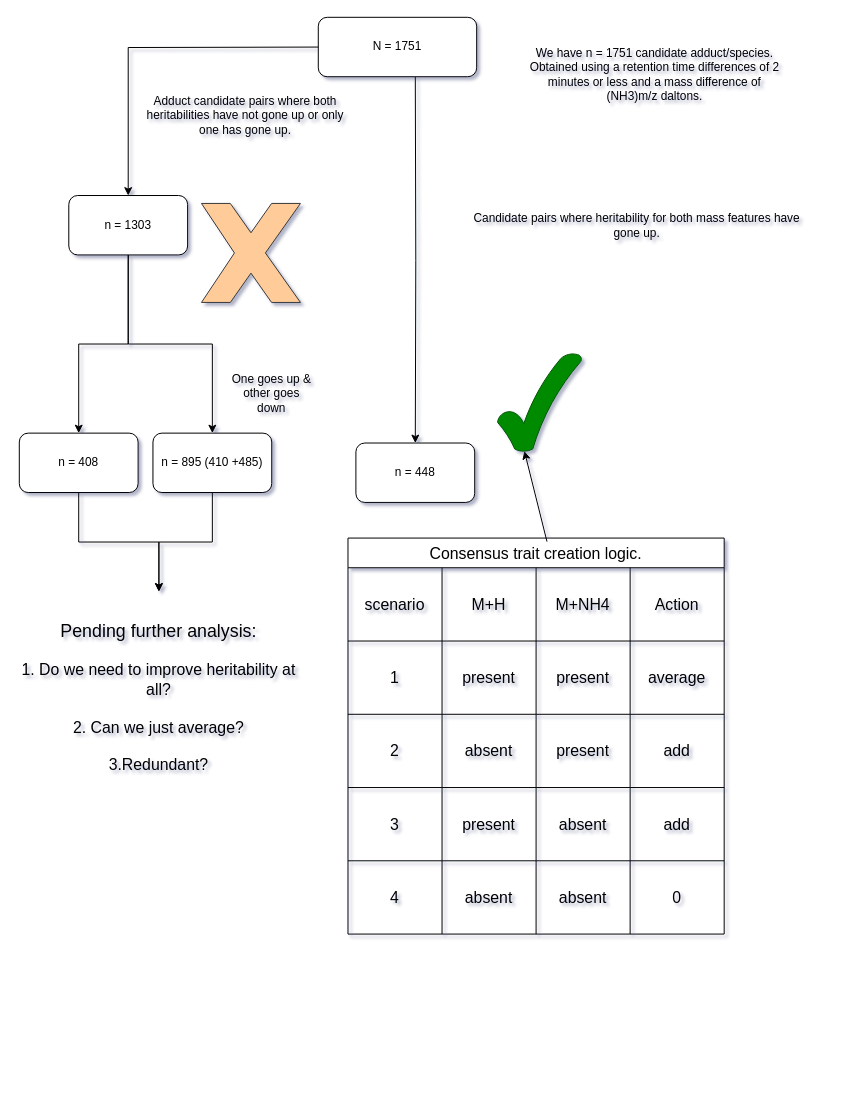
Above: page "Page-2" (2 of 2) of adduct_binning_decision_tree.drawio in RijanHasTwoEars7/draw_io_illustrations (draw.io), before the change. Source tidied: cells renumbered, new cells numbered last; positions are measured from the earlier drawing's top-left corner, leaving out a move shared by most shapes. Both pictures are drawn from the tidied source at 99%, with x=0, y=0 at pixel (17, 17).
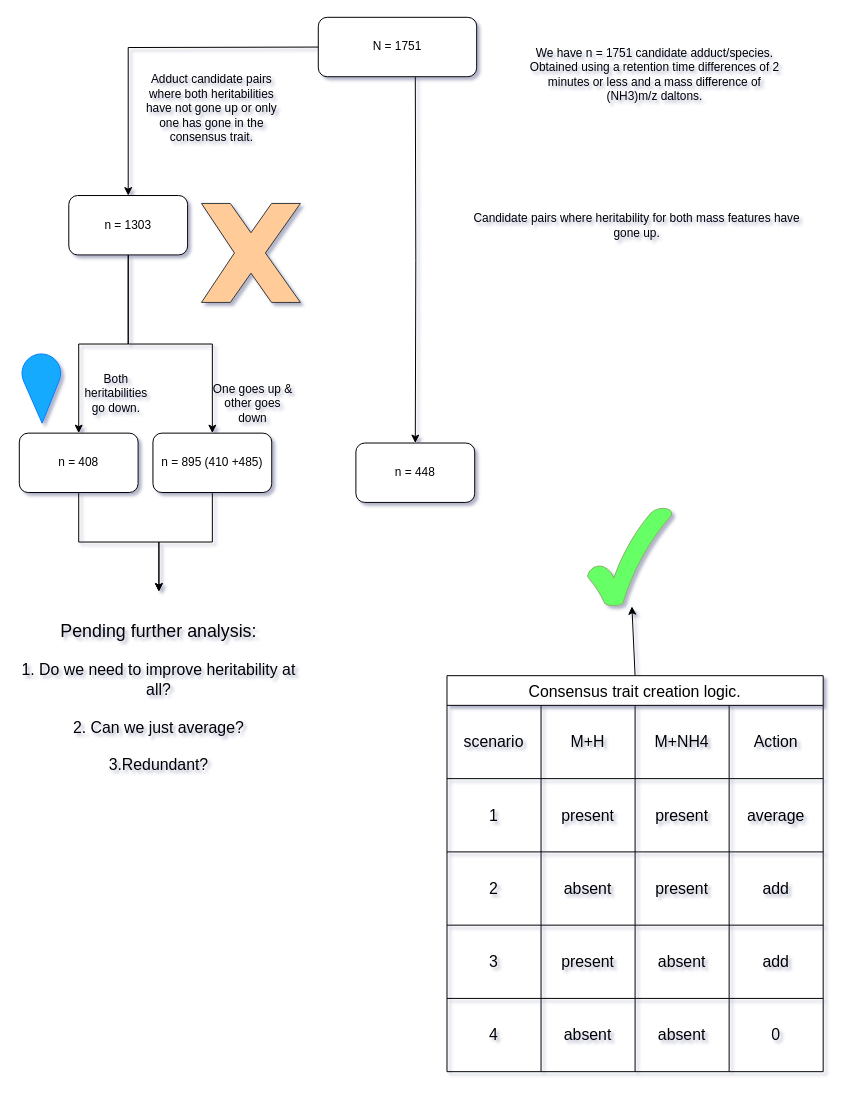
Above is the later version.

Commit message:
better words and figures

The change refers to these unchanged cells:
```xml
<mxCell id="25" style="shape=tableRow;horizontal=0;startSize=0;swimlaneHead=0;swimlaneBody=0;strokeColor=inherit;top=0;left=0;bottom=0;right=0;fillColor=none;fontSize=16;" parent="19" vertex="1">
  <mxGeometry y="104" width="380" height="74" as="geometry" />
</mxCell>
<mxCell id="30" style="shape=tableRow;horizontal=0;startSize=0;swimlaneHead=0;swimlaneBody=0;strokeColor=inherit;top=0;left=0;bottom=0;right=0;fillColor=none;fontSize=16;" parent="19" vertex="1">
  <mxGeometry y="178" width="380" height="74" as="geometry" />
</mxCell>
<mxCell id="35" style="shape=tableRow;horizontal=0;startSize=0;swimlaneHead=0;swimlaneBody=0;strokeColor=inherit;top=0;left=0;bottom=0;right=0;fillColor=none;fontSize=16;" parent="19" vertex="1">
  <mxGeometry y="252" width="380" height="74" as="geometry" />
</mxCell>
<mxCell id="40" style="shape=tableRow;horizontal=0;startSize=0;swimlaneHead=0;swimlaneBody=0;strokeColor=inherit;top=0;left=0;bottom=0;right=0;fillColor=none;fontSize=16;" parent="19" vertex="1">
  <mxGeometry y="326" width="380" height="74" as="geometry" />
</mxCell>
```

Change to the diagram source:
```diff
@@
-    <mxCell id="11" value="Adduct candidate pairs where both heritabilities have not gone up or only one has gone up." style="text;html=1;strokeColor=none;fillColor=none;align=center;verticalAlign=middle;whiteSpace=wrap;rounded=0;" parent="1" vertex="1">
-      <mxGeometry x="122" y="50" width="217" height="97" as="geometry" />
+    <mxCell id="11" value="&lt;div&gt;Adduct candidate pairs where both heritabilities have not gone up or only one has gone in the consensus trait.&lt;/div&gt;&lt;div&gt;&lt;br&gt;&lt;/div&gt;" style="text;html=1;strokeColor=none;fillColor=none;align=center;verticalAlign=middle;whiteSpace=wrap;rounded=0;" parent="1" vertex="1">
+      <mxGeometry x="122" y="50" width="149" height="97" as="geometry" />
     </mxCell>
@@
     <mxCell id="16" value="One goes up &amp;amp; other goes down" style="text;html=1;strokeColor=none;fillColor=none;align=center;verticalAlign=middle;whiteSpace=wrap;rounded=0;" parent="1" vertex="1">
-      <mxGeometry x="212" y="350" width="90" height="60" as="geometry" />
+      <mxGeometry x="193" y="360" width="90" height="60" as="geometry" />
     </mxCell>
@@
-    <mxCell id="18" style="verticalLabelPosition=bottom;verticalAlign=top;html=1;shape=mxgraph.basic.tick;fillColor=#008a00;strokeColor=#005700;fontColor=#ffffff;" parent="1" vertex="1">
-      <mxGeometry x="485" y="339" width="85" height="100" as="geometry" />
-    </mxCell>
+    <mxCell id="45" value="&lt;div&gt;&lt;font style=&quot;font-size: 18px;&quot;&gt;Pending further analysis:&lt;/font&gt;&lt;/div&gt;&lt;div&gt;&lt;font size=&quot;3&quot;&gt;&lt;br&gt;&lt;/font&gt;&lt;/div&gt;&lt;div&gt;&lt;font size=&quot;3&quot;&gt;1. Do we need to improve heritability at all?&lt;br&gt;&lt;/font&gt;&lt;/div&gt;&lt;div&gt;&lt;font size=&quot;3&quot;&gt;&lt;br&gt;&lt;/font&gt;&lt;/div&gt;&lt;div&gt;&lt;font size=&quot;3&quot;&gt;2. Can we just average?&lt;/font&gt;&lt;/div&gt;&lt;div&gt;&lt;font size=&quot;3&quot;&gt;&lt;br&gt;&lt;/font&gt;&lt;/div&gt;&lt;div&gt;&lt;font size=&quot;3&quot;&gt;3.Redundant?&lt;br&gt;&lt;/font&gt;&lt;/div&gt;" style="text;html=1;strokeColor=none;fillColor=none;align=center;verticalAlign=middle;whiteSpace=wrap;rounded=0;" parent="1" vertex="1">
+      <mxGeometry y="580" width="286" height="214" as="geometry" />
+    </mxCell>
     <mxCell id="19" value="Consensus trait creation logic." style="shape=table;startSize=30;childLayout=tableLayout;strokeColor=default;fontSize=16;" parent="1" vertex="1">
-      <mxGeometry x="334" y="526" width="380" height="400" as="geometry" />
+      <mxGeometry x="434" y="665" width="380" height="400" as="geometry" />
     </mxCell>
@@
-    <mxCell id="27" value="present" style="shape=partialRectangle;html=1;whiteSpace=wrap;strokeColor=inherit;overflow=hidden;fillColor=none;top=0;left=0;bottom=0;right=0;fontSize=16;" parent="25" vertex="1">
-      <mxGeometry x="95" width="95" height="74" as="geometry" />
-    </mxCell>
-    <mxCell id="28" value="present" style="shape=partialRectangle;html=1;whiteSpace=wrap;strokeColor=inherit;overflow=hidden;fillColor=none;top=0;left=0;bottom=0;right=0;fontSize=16;" parent="25" vertex="1">
-      <mxGeometry x="190" width="95" height="74" as="geometry" />
-    </mxCell>
+    <mxCell id="47" value="present" style="shape=partialRectangle;html=1;whiteSpace=wrap;strokeColor=inherit;overflow=hidden;fillColor=none;top=0;left=0;bottom=0;right=0;fontSize=16;" parent="25" vertex="1">
+      <mxGeometry x="95" width="95" height="74" as="geometry" />
+    </mxCell>
+    <mxCell id="48" value="present" style="shape=partialRectangle;html=1;whiteSpace=wrap;strokeColor=inherit;overflow=hidden;fillColor=none;top=0;left=0;bottom=0;right=0;fontSize=16;" parent="25" vertex="1">
+      <mxGeometry x="190" width="95" height="74" as="geometry" />
+    </mxCell>
@@
-    <mxCell id="32" value="absent" style="shape=partialRectangle;html=1;whiteSpace=wrap;strokeColor=inherit;overflow=hidden;fillColor=none;top=0;left=0;bottom=0;right=0;fontSize=16;" parent="30" vertex="1">
-      <mxGeometry x="95" width="95" height="74" as="geometry" />
-    </mxCell>
-    <mxCell id="33" value="present" style="shape=partialRectangle;html=1;whiteSpace=wrap;strokeColor=inherit;overflow=hidden;fillColor=none;top=0;left=0;bottom=0;right=0;fontSize=16;" parent="30" vertex="1">
-      <mxGeometry x="190" width="95" height="74" as="geometry" />
-    </mxCell>
-    <mxCell id="34" value="add" style="shape=partialRectangle;html=1;whiteSpace=wrap;strokeColor=inherit;overflow=hidden;fillColor=none;top=0;left=0;bottom=0;right=0;fontSize=16;" parent="30" vertex="1">
-      <mxGeometry x="285" width="95" height="74" as="geometry" />
-    </mxCell>
+    <mxCell id="49" value="absent" style="shape=partialRectangle;html=1;whiteSpace=wrap;strokeColor=inherit;overflow=hidden;fillColor=none;top=0;left=0;bottom=0;right=0;fontSize=16;" parent="30" vertex="1">
+      <mxGeometry x="95" width="95" height="74" as="geometry" />
+    </mxCell>
+    <mxCell id="50" value="present" style="shape=partialRectangle;html=1;whiteSpace=wrap;strokeColor=inherit;overflow=hidden;fillColor=none;top=0;left=0;bottom=0;right=0;fontSize=16;" parent="30" vertex="1">
+      <mxGeometry x="190" width="95" height="74" as="geometry" />
+    </mxCell>
+    <mxCell id="51" value="add" style="shape=partialRectangle;html=1;whiteSpace=wrap;strokeColor=inherit;overflow=hidden;fillColor=none;top=0;left=0;bottom=0;right=0;fontSize=16;" parent="30" vertex="1">
+      <mxGeometry x="285" width="95" height="74" as="geometry" />
+    </mxCell>
@@
-    <mxCell id="37" value="present" style="shape=partialRectangle;html=1;whiteSpace=wrap;strokeColor=inherit;overflow=hidden;fillColor=none;top=0;left=0;bottom=0;right=0;fontSize=16;" parent="35" vertex="1">
-      <mxGeometry x="95" width="95" height="74" as="geometry" />
-    </mxCell>
-    <mxCell id="38" value="absent" style="shape=partialRectangle;html=1;whiteSpace=wrap;strokeColor=inherit;overflow=hidden;fillColor=none;top=0;left=0;bottom=0;right=0;fontSize=16;" parent="35" vertex="1">
-      <mxGeometry x="190" width="95" height="74" as="geometry" />
-    </mxCell>
-    <mxCell id="39" value="add" style="shape=partialRectangle;html=1;whiteSpace=wrap;strokeColor=inherit;overflow=hidden;fillColor=none;top=0;left=0;bottom=0;right=0;fontSize=16;" parent="35" vertex="1">
-      <mxGeometry x="285" width="95" height="74" as="geometry" />
-    </mxCell>
+    <mxCell id="52" value="present" style="shape=partialRectangle;html=1;whiteSpace=wrap;strokeColor=inherit;overflow=hidden;fillColor=none;top=0;left=0;bottom=0;right=0;fontSize=16;" parent="35" vertex="1">
+      <mxGeometry x="95" width="95" height="74" as="geometry" />
+    </mxCell>
+    <mxCell id="53" value="absent" style="shape=partialRectangle;html=1;whiteSpace=wrap;strokeColor=inherit;overflow=hidden;fillColor=none;top=0;left=0;bottom=0;right=0;fontSize=16;" parent="35" vertex="1">
+      <mxGeometry x="190" width="95" height="74" as="geometry" />
+    </mxCell>
+    <mxCell id="54" value="add" style="shape=partialRectangle;html=1;whiteSpace=wrap;strokeColor=inherit;overflow=hidden;fillColor=none;top=0;left=0;bottom=0;right=0;fontSize=16;" parent="35" vertex="1">
+      <mxGeometry x="285" width="95" height="74" as="geometry" />
+    </mxCell>
@@
-    <mxCell id="42" value="absent" style="shape=partialRectangle;html=1;whiteSpace=wrap;strokeColor=inherit;overflow=hidden;fillColor=none;top=0;left=0;bottom=0;right=0;fontSize=16;" parent="40" vertex="1">
-      <mxGeometry x="95" width="95" height="74" as="geometry" />
-    </mxCell>
-    <mxCell id="43" value="absent" style="shape=partialRectangle;html=1;whiteSpace=wrap;strokeColor=inherit;overflow=hidden;fillColor=none;top=0;left=0;bottom=0;right=0;fontSize=16;" parent="40" vertex="1">
-      <mxGeometry x="190" width="95" height="74" as="geometry" />
-    </mxCell>
+    <mxCell id="55" value="absent" style="shape=partialRectangle;html=1;whiteSpace=wrap;strokeColor=inherit;overflow=hidden;fillColor=none;top=0;left=0;bottom=0;right=0;fontSize=16;" parent="40" vertex="1">
+      <mxGeometry x="95" width="95" height="74" as="geometry" />
+    </mxCell>
+    <mxCell id="56" value="absent" style="shape=partialRectangle;html=1;whiteSpace=wrap;strokeColor=inherit;overflow=hidden;fillColor=none;top=0;left=0;bottom=0;right=0;fontSize=16;" parent="40" vertex="1">
+      <mxGeometry x="190" width="95" height="74" as="geometry" />
+    </mxCell>
@@
-    <mxCell id="45" value="&lt;div&gt;&lt;font style=&quot;font-size: 18px;&quot;&gt;Pending further analysis:&lt;/font&gt;&lt;/div&gt;&lt;div&gt;&lt;font size=&quot;3&quot;&gt;&lt;br&gt;&lt;/font&gt;&lt;/div&gt;&lt;div&gt;&lt;font size=&quot;3&quot;&gt;1. Do we need to improve heritability at all?&lt;br&gt;&lt;/font&gt;&lt;/div&gt;&lt;div&gt;&lt;font size=&quot;3&quot;&gt;&lt;br&gt;&lt;/font&gt;&lt;/div&gt;&lt;div&gt;&lt;font size=&quot;3&quot;&gt;2. Can we just average?&lt;/font&gt;&lt;/div&gt;&lt;div&gt;&lt;font size=&quot;3&quot;&gt;&lt;br&gt;&lt;/font&gt;&lt;/div&gt;&lt;div&gt;&lt;font size=&quot;3&quot;&gt;3.Redundant?&lt;br&gt;&lt;/font&gt;&lt;/div&gt;" style="text;html=1;strokeColor=none;fillColor=none;align=center;verticalAlign=middle;whiteSpace=wrap;rounded=0;" parent="1" vertex="1">
-      <mxGeometry y="580" width="286" height="214" as="geometry" />
-    </mxCell>
-    <mxCell id="46" style="endArrow=classic;html=1;rounded=0;exitX=0.529;exitY=0.009;exitDx=0;exitDy=0;exitPerimeter=0;entryX=0.32;entryY=0.992;entryDx=0;entryDy=0;entryPerimeter=0;" parent="1" edge="1" source="19" target="18">
-      <mxGeometry relative="1" as="geometry" />
-    </mxCell>
+    <mxCell id="57" style="verticalLabelPosition=bottom;verticalAlign=top;html=1;shape=mxgraph.basic.tick;fillColor=#66FF66;strokeColor=#82b366;" parent="1" vertex="1">
+      <mxGeometry x="576" y="495" width="85" height="100" as="geometry" />
+    </mxCell>
+    <mxCell id="58" style="endArrow=classic;html=1;rounded=0;exitX=0.5;exitY=0;exitDx=0;exitDy=0;" parent="1" edge="1" source="19" target="57">
+      <mxGeometry relative="1" as="geometry" />
+    </mxCell>
+    <mxCell id="59" style="verticalLabelPosition=bottom;verticalAlign=top;html=1;shape=mxgraph.basic.drop;rotation=-181;fillColor=#17AAFF;strokeColor=#007FFF;gradientColor=none;" parent="1" vertex="1">
+      <mxGeometry x="5" y="340" width="39" height="70" as="geometry" />
+    </mxCell>
+    <mxCell id="60" value="Both heritabilities go down." style="text;strokeColor=none;align=center;fillColor=none;html=1;verticalAlign=middle;whiteSpace=wrap;rounded=0;" parent="1" vertex="1">
+      <mxGeometry x="63.5" y="347" width="71.5" height="65" as="geometry" />
+    </mxCell>
```
